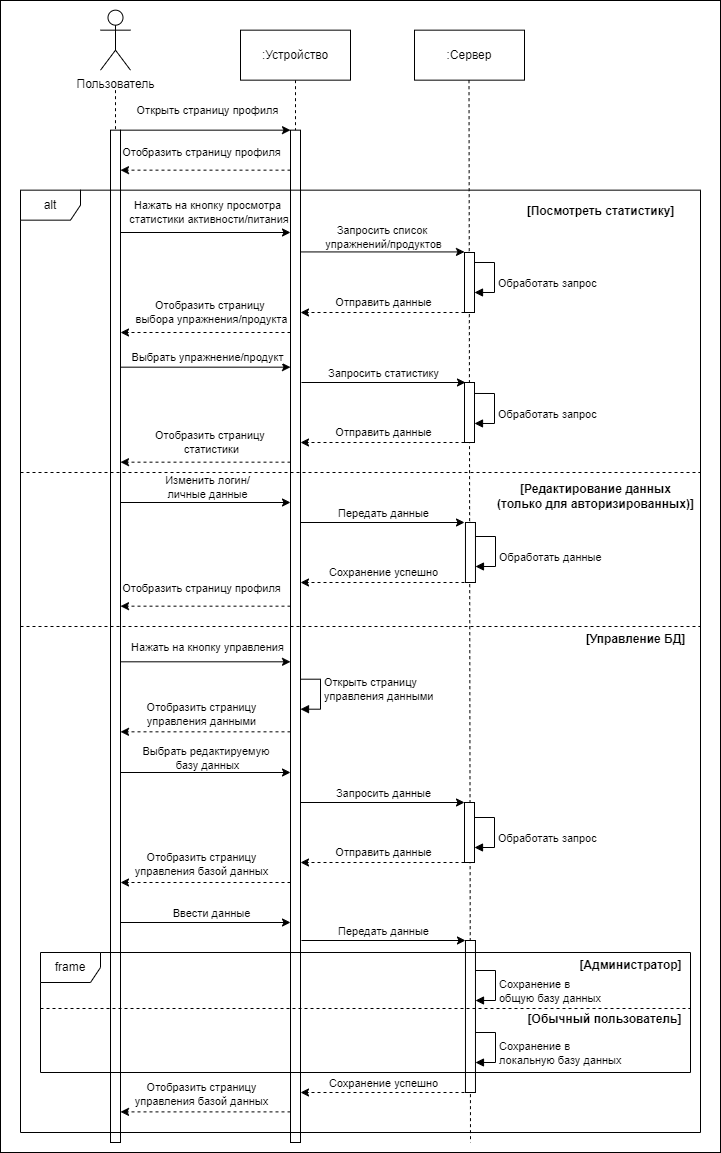
The draw.io diagram docs/diagrams/Sequense_profile.png in d-poluecktov/light-weight-app, before a commit. Source tidied: cells renumbered, new cells last; positions are measured from the earlier drawing's top-left corner, leaving out a move shared by most shapes.
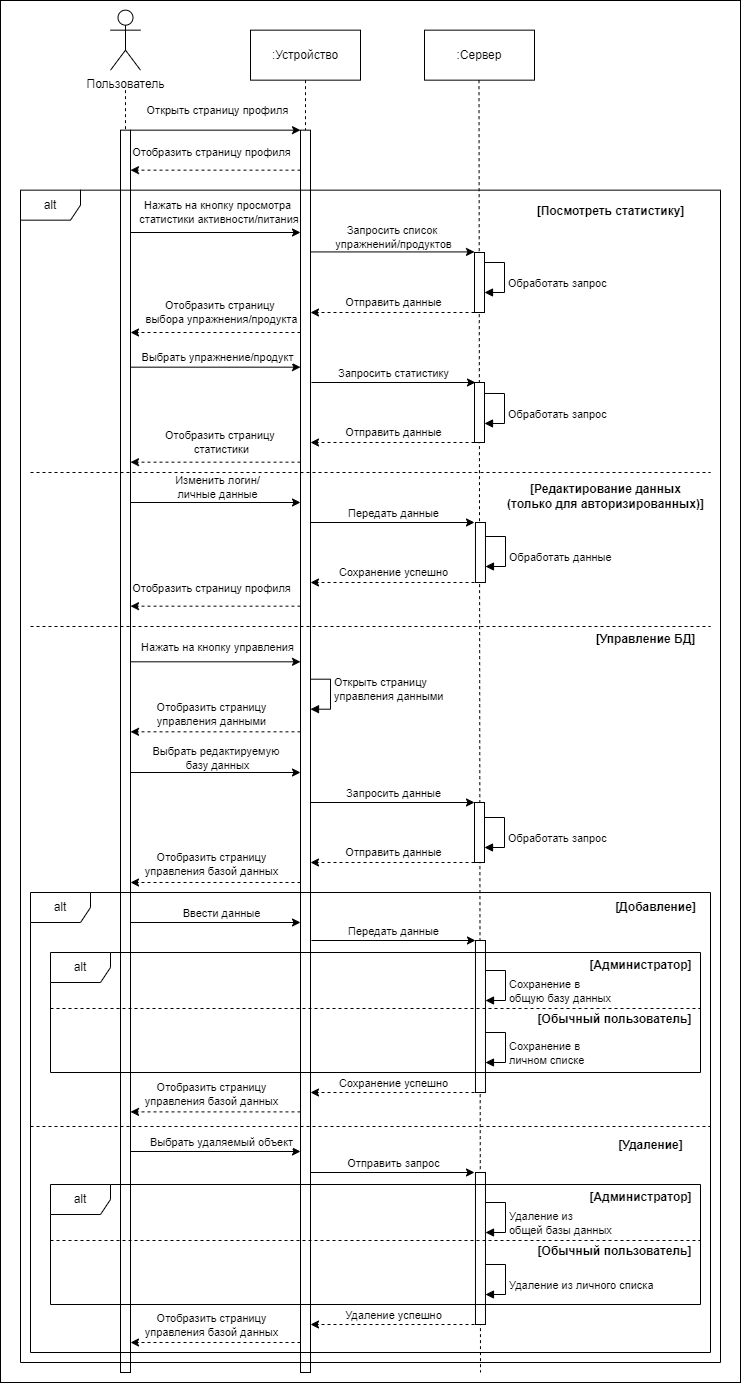
After the change.

Diff of the diagram source:
```diff
@@ -3,7 +3,7 @@
     <mxCell id="0" />
     <mxCell id="1" parent="0" />
     <mxCell id="2" style="rounded=0;whiteSpace=wrap;html=1;" parent="1" vertex="1">
-      <mxGeometry width="720" height="1152" as="geometry" />
+      <mxGeometry x="-10" width="740" height="1382" as="geometry" />
     </mxCell>
     <mxCell id="3" style="rounded=0;orthogonalLoop=1;jettySize=auto;html=1;exitX=0.5;exitY=1;exitDx=0;exitDy=0;endArrow=none;endFill=0;dashed=1;" parent="1" edge="1">
       <mxGeometry relative="1" as="geometry">
@@ -21,7 +21,7 @@
       <mxGeometry x="414" y="29.7" width="110" height="50" as="geometry" />
     </mxCell>
     <mxCell id="7" style="html=1;points=[[0,0,0,0,5],[0,1,0,0,-5],[1,0,0,0,5],[1,1,0,0,-5]];perimeter=orthogonalPerimeter;outlineConnect=0;targetShapes=umlLifeline;portConstraint=eastwest;newEdgeStyle={&quot;curved&quot;:0,&quot;rounded&quot;:0};" parent="1" vertex="1">
-      <mxGeometry x="110" y="129.7" width="10" height="1012.3" as="geometry" />
+      <mxGeometry x="110" y="129.7" width="10" height="1242.3" as="geometry" />
     </mxCell>
     <mxCell id="8" style="rounded=0;jettySize=auto;html=1;endArrow=none;endFill=0;dashed=1;" parent="1" edge="1" target="7">
       <mxGeometry relative="1" as="geometry">
@@ -29,7 +29,7 @@
       </mxGeometry>
     </mxCell>
     <mxCell id="9" style="html=1;perimeter=orthogonalPerimeter;targetShapes=umlLifeline;newEdgeStyle={&quot;curved&quot;:0,&quot;rounded&quot;:0};" parent="1" vertex="1">
-      <mxGeometry x="290" y="129.7" width="10" height="1012.3" as="geometry" />
+      <mxGeometry x="290" y="129.7" width="10" height="1242.3" as="geometry" />
     </mxCell>
     <mxCell id="10" style="endArrow=classic;html=1;rounded=0;dashed=1;" parent="1" edge="1">
       <mxGeometry relative="1" as="geometry">
@@ -56,7 +56,7 @@
     <mxCell id="14" style="rounded=0;orthogonalLoop=1;jettySize=auto;html=1;exitX=0.5;exitY=1;exitDx=0;exitDy=0;endArrow=none;endFill=0;dashed=1;" parent="1" edge="1">
       <mxGeometry relative="1" as="geometry">
         <mxPoint x="468.5" y="79.7" as="sourcePoint" />
-        <mxPoint x="470" y="1142" as="targetPoint" />
+        <mxPoint x="470" y="1372" as="targetPoint" />
       </mxGeometry>
     </mxCell>
     <mxCell id="15" value="[Посмотреть статистику]" style="text;html=1;align=center;verticalAlign=middle;strokeColor=none;fillColor=none;fontStyle=1;" parent="1" vertex="1">
@@ -335,7 +335,7 @@
       </mxGeometry>
     </mxCell>
     <mxCell id="65" value="alt" style="shape=umlFrame;whiteSpace=wrap;html=1;" parent="1" vertex="1">
-      <mxGeometry x="20" y="189.7" width="680" height="942.3" as="geometry" />
+      <mxGeometry x="10" y="189.7" width="700" height="1172.3" as="geometry" />
     </mxCell>
     <mxCell id="66" style="endArrow=classic;html=1;rounded=0;entryX=0;entryY=0;entryDx=0;entryDy=0;entryPerimeter=0;" parent="1" edge="1">
       <mxGeometry relative="1" as="geometry">
@@ -362,7 +362,7 @@
     <mxCell id="70" style="html=1;perimeter=orthogonalPerimeter;targetShapes=umlLifeline;newEdgeStyle={&quot;curved&quot;:0,&quot;rounded&quot;:0};" parent="1" vertex="1">
       <mxGeometry x="465" y="940" width="10" height="152" as="geometry" />
     </mxCell>
-    <mxCell id="71" value="frame" style="shape=umlFrame;whiteSpace=wrap;html=1;" parent="1" vertex="1">
+    <mxCell id="71" value="alt" style="shape=umlFrame;whiteSpace=wrap;html=1;" parent="1" vertex="1">
       <mxGeometry x="40" y="952" width="650" height="120" as="geometry" />
     </mxCell>
     <mxCell id="72" value="Сохранение в&amp;nbsp;&lt;div&gt;общую базу данных&lt;/div&gt;" style="html=1;align=left;spacingLeft=2;endArrow=block;rounded=0;edgeStyle=orthogonalEdgeStyle;curved=0;rounded=0;" parent="1" edge="1">
@@ -381,7 +381,7 @@
     <mxCell id="74" style="line;strokeWidth=1;fillColor=none;align=left;verticalAlign=middle;spacingTop=-1;spacingLeft=3;spacingRight=3;labelPosition=right;strokeColor=inherit;dashed=1;" parent="1" vertex="1">
       <mxGeometry x="40" y="1004" width="650" height="8" as="geometry" />
     </mxCell>
-    <mxCell id="75" value="Сохранение в&amp;nbsp;&lt;div&gt;локальную базу данных&lt;/div&gt;" style="html=1;align=left;spacingLeft=2;endArrow=block;rounded=0;edgeStyle=orthogonalEdgeStyle;curved=0;rounded=0;" parent="1" edge="1">
+    <mxCell id="75" value="Сохранение в&amp;nbsp;&lt;div&gt;личном списке&lt;/div&gt;" style="html=1;align=left;spacingLeft=2;endArrow=block;rounded=0;edgeStyle=orthogonalEdgeStyle;curved=0;rounded=0;" parent="1" edge="1">
       <mxGeometry x="0.17" relative="1" as="geometry">
         <mxPoint x="475" y="1032" as="sourcePoint" />
         <mxPoint x="475" y="1062" as="targetPoint" />
@@ -416,5 +416,96 @@
         <mxPoint x="-11" y="-18" as="offset" />
       </mxGeometry>
     </mxCell>
+    <mxCell id="81" value="alt" style="shape=umlFrame;whiteSpace=wrap;html=1;" parent="1" vertex="1">
+      <mxGeometry x="20" y="892" width="680" height="460" as="geometry" />
+    </mxCell>
+    <mxCell id="82" value="[Добавление&lt;span style=&quot;background-color: initial;&quot;&gt;]&lt;/span&gt;" style="text;html=1;align=center;verticalAlign=middle;strokeColor=none;fillColor=none;fontStyle=1;" parent="1" vertex="1">
+      <mxGeometry x="595" y="892" width="100" height="30" as="geometry" />
+    </mxCell>
+    <mxCell id="83" style="line;strokeWidth=1;fillColor=none;align=left;verticalAlign=middle;spacingTop=-1;spacingLeft=3;spacingRight=3;labelPosition=right;strokeColor=inherit;dashed=1;" parent="1" vertex="1">
+      <mxGeometry x="20" y="1122" width="680" height="8" as="geometry" />
+    </mxCell>
+    <mxCell id="84" value="[Удаление&lt;span style=&quot;background-color: initial;&quot;&gt;]&lt;/span&gt;" style="text;html=1;align=center;verticalAlign=middle;strokeColor=none;fillColor=none;fontStyle=1;" parent="1" vertex="1">
+      <mxGeometry x="600" y="1130" width="80" height="30" as="geometry" />
+    </mxCell>
+    <mxCell id="85" style="endArrow=classic;html=1;rounded=0;entryX=0;entryY=0;entryDx=0;entryDy=0;entryPerimeter=0;" parent="1" edge="1">
+      <mxGeometry relative="1" as="geometry">
+        <mxPoint x="120" y="1151" as="sourcePoint" />
+        <mxPoint x="290" y="1151" as="targetPoint" />
+      </mxGeometry>
+    </mxCell>
+    <mxCell id="86" value="Выбрать удаляемый объект" style="edgeLabel;html=1;align=center;verticalAlign=middle;" parent="85" vertex="1">
+      <mxGeometry x="0.22" y="1" relative="1" as="geometry">
+        <mxPoint x="-14" y="-9" as="offset" />
+      </mxGeometry>
+    </mxCell>
+    <mxCell id="87" style="endArrow=classic;html=1;rounded=0;" parent="1" edge="1">
+      <mxGeometry relative="1" as="geometry">
+        <mxPoint x="300" y="1172" as="sourcePoint" />
+        <mxPoint x="464" y="1172" as="targetPoint" />
+      </mxGeometry>
+    </mxCell>
+    <mxCell id="88" value="Отправить запрос" style="edgeLabel;html=1;align=center;verticalAlign=middle;" parent="87" vertex="1">
+      <mxGeometry x="0.22" y="1" relative="1" as="geometry">
+        <mxPoint x="-18" y="-9" as="offset" />
+      </mxGeometry>
+    </mxCell>
+    <mxCell id="89" style="html=1;perimeter=orthogonalPerimeter;targetShapes=umlLifeline;newEdgeStyle={&quot;curved&quot;:0,&quot;rounded&quot;:0};" parent="1" vertex="1">
+      <mxGeometry x="465" y="1172" width="10" height="152" as="geometry" />
+    </mxCell>
+    <mxCell id="90" value="alt" style="shape=umlFrame;whiteSpace=wrap;html=1;" parent="1" vertex="1">
+      <mxGeometry x="40" y="1184" width="650" height="120" as="geometry" />
+    </mxCell>
+    <mxCell id="91" value="Удаление из&amp;nbsp;&lt;div&gt;общей базы данных&lt;/div&gt;" style="html=1;align=left;spacingLeft=2;endArrow=block;rounded=0;edgeStyle=orthogonalEdgeStyle;curved=0;rounded=0;" parent="1" edge="1">
+      <mxGeometry x="0.17" relative="1" as="geometry">
+        <mxPoint x="475" y="1202" as="sourcePoint" />
+        <mxPoint x="475" y="1232" as="targetPoint" />
+        <Array as="points">
+          <mxPoint x="495" y="1202" />
+          <mxPoint x="495" y="1232" />
+        </Array>
+      </mxGeometry>
+    </mxCell>
+    <mxCell id="92" value="[Администратор&lt;span style=&quot;background-color: initial;&quot;&gt;]&lt;/span&gt;" style="text;html=1;align=center;verticalAlign=middle;strokeColor=none;fillColor=none;fontStyle=1;" parent="1" vertex="1">
+      <mxGeometry x="570" y="1181.8" width="120" height="30" as="geometry" />
+    </mxCell>
+    <mxCell id="93" style="line;strokeWidth=1;fillColor=none;align=left;verticalAlign=middle;spacingTop=-1;spacingLeft=3;spacingRight=3;labelPosition=right;strokeColor=inherit;dashed=1;" parent="1" vertex="1">
+      <mxGeometry x="40" y="1236" width="650" height="8" as="geometry" />
+    </mxCell>
+    <mxCell id="94" value="Удаление из личного списка" style="html=1;align=left;spacingLeft=2;endArrow=block;rounded=0;edgeStyle=orthogonalEdgeStyle;curved=0;rounded=0;" parent="1" edge="1">
+      <mxGeometry x="0.17" relative="1" as="geometry">
+        <mxPoint x="475" y="1264" as="sourcePoint" />
+        <mxPoint x="475" y="1294" as="targetPoint" />
+        <Array as="points">
+          <mxPoint x="495" y="1264" />
+          <mxPoint x="495" y="1294" />
+        </Array>
+      </mxGeometry>
+    </mxCell>
+    <mxCell id="95" value="[Обычный пользователь&lt;span style=&quot;background-color: initial;&quot;&gt;]&lt;/span&gt;" style="text;html=1;align=center;verticalAlign=middle;strokeColor=none;fillColor=none;fontStyle=1;" parent="1" vertex="1">
+      <mxGeometry x="524" y="1236" width="160" height="30" as="geometry" />
+    </mxCell>
+    <mxCell id="96" style="endArrow=classic;html=1;rounded=0;dashed=1;" parent="1" edge="1">
+      <mxGeometry relative="1" as="geometry">
+        <mxPoint x="464" y="1324" as="sourcePoint" />
+        <mxPoint x="300" y="1324" as="targetPoint" />
+      </mxGeometry>
+    </mxCell>
+    <mxCell id="97" value="Удаление успешно" style="edgeLabel;html=1;align=center;verticalAlign=middle;" parent="96" vertex="1">
+      <mxGeometry x="-0.07" relative="1" as="geometry">
+        <mxPoint x="-6" y="-10" as="offset" />
+      </mxGeometry>
+    </mxCell>
+    <mxCell id="98" style="endArrow=classic;html=1;rounded=0;dashed=1;" parent="1" edge="1">
+      <mxGeometry relative="1" as="geometry">
+        <mxPoint x="290" y="1342" as="sourcePoint" />
+        <mxPoint x="120" y="1342" as="targetPoint" />
+      </mxGeometry>
+    </mxCell>
+    <mxCell id="99" value="Отобразить страницу&lt;div&gt;управления базой данных&lt;/div&gt;" style="edgeLabel;html=1;align=center;verticalAlign=middle;" parent="98" vertex="1">
+      <mxGeometry x="-0.07" relative="1" as="geometry">
+        <mxPoint x="-11" y="-18" as="offset" />
+      </mxGeometry>
+    </mxCell>
   </root>
 </mxGraphModel>
```
